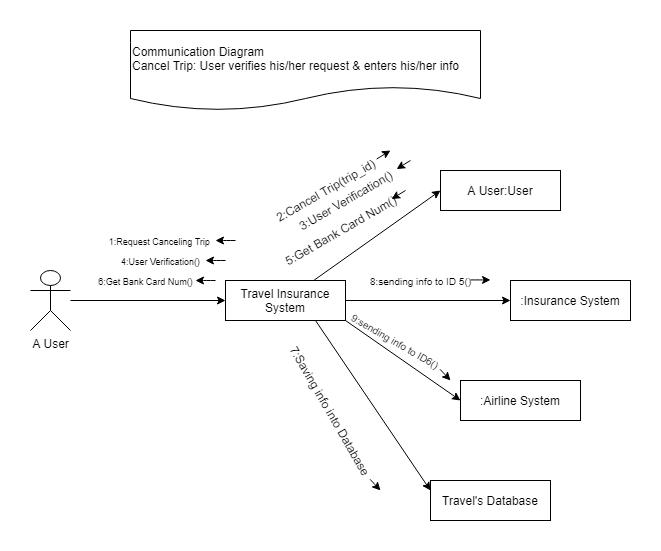
Above: Lab-07 (Sequence Diagram)/Communication Diagram/Communication-CancelTrip.png in travel-insurance-worker/SE1-Project-material (draw.io), before the change. Source tidied: cells renumbered, new cells last; positions are measured from the earlier drawing's top-left corner, leaving out a move shared by most shapes. Its diagram source:
```xml
<mxGraphModel>
  <root>
    <mxCell id="0" />
    <mxCell id="1" parent="0" />
    <mxCell id="2" value="Communication Diagram&lt;br&gt;Cancel Trip: User verifies his/her request &amp;amp; enters his/her info&amp;nbsp;" style="shape=document;whiteSpace=wrap;html=1;boundedLbl=1;align=left;" parent="1" vertex="1">
      <mxGeometry x="100" width="350" height="80" as="geometry" />
    </mxCell>
    <mxCell id="3" value=":Airline System" style="rounded=0;whiteSpace=wrap;html=1;" parent="1" vertex="1">
      <mxGeometry x="430" y="350" width="120" height="40" as="geometry" />
    </mxCell>
    <mxCell id="4" value=":Insurance System" style="rounded=0;whiteSpace=wrap;html=1;" parent="1" vertex="1">
      <mxGeometry x="480" y="250" width="120" height="40" as="geometry" />
    </mxCell>
    <mxCell id="5" style="rounded=0;jettySize=auto;html=1;entryX=0;entryY=0.5;entryDx=0;entryDy=0;" parent="1" edge="1" source="9" target="10">
      <mxGeometry relative="1" as="geometry" />
    </mxCell>
    <mxCell id="6" style="edgeStyle=none;rounded=0;jettySize=auto;html=1;entryX=0;entryY=0.5;entryDx=0;entryDy=0;" parent="1" edge="1" source="9" target="4">
      <mxGeometry relative="1" as="geometry" />
    </mxCell>
    <mxCell id="7" style="edgeStyle=none;rounded=0;jettySize=auto;html=1;exitX=1;exitY=1;exitDx=0;exitDy=0;entryX=0;entryY=0.5;entryDx=0;entryDy=0;" parent="1" edge="1" source="9" target="3">
      <mxGeometry relative="1" as="geometry" />
    </mxCell>
    <mxCell id="8" style="edgeStyle=none;rounded=0;jettySize=auto;html=1;exitX=0.75;exitY=1;exitDx=0;exitDy=0;entryX=0;entryY=0.25;entryDx=0;entryDy=0;" parent="1" edge="1" source="9" target="25">
      <mxGeometry relative="1" as="geometry" />
    </mxCell>
    <mxCell id="9" value="Travel Insurance System" style="rounded=0;whiteSpace=wrap;html=1;" parent="1" vertex="1">
      <mxGeometry x="195" y="250" width="120" height="40" as="geometry" />
    </mxCell>
    <mxCell id="10" value="A User:User" style="rounded=0;whiteSpace=wrap;html=1;" parent="1" vertex="1">
      <mxGeometry x="410" y="140" width="120" height="40" as="geometry" />
    </mxCell>
    <mxCell id="11" style="edgeStyle=none;rounded=0;jettySize=auto;html=1;entryX=0;entryY=0.5;entryDx=0;entryDy=0;" parent="1" edge="1" source="12" target="9">
      <mxGeometry relative="1" as="geometry" />
    </mxCell>
    <mxCell id="12" value="A User" style="shape=umlActor;verticalLabelPosition=bottom;labelBackgroundColor=#ffffff;verticalAlign=top;html=1;outlineConnect=0;" parent="1" vertex="1">
      <mxGeometry y="240" width="40" height="60" as="geometry" />
    </mxCell>
    <mxCell id="13" value="&lt;font style=&quot;font-size: 9px&quot;&gt;1:Request Canceling Trip&amp;nbsp;&lt;/font&gt;" style="text;html=1;align=center;verticalAlign=middle;" parent="1" vertex="1">
      <mxGeometry x="70" y="200" width="120" height="20" as="geometry" />
    </mxCell>
    <mxCell id="14" value="&lt;span style=&quot;color: rgba(0 , 0 , 0 , 0) ; font-family: monospace ; font-size: 0px&quot;&gt;%3CmxGraphModel%3E%3Croot%3E%3CmxCell%20id%3D%220%22%2F%3E%3CmxCell%20id%3D%221%22%20parent%3D%220%22%2F%3E%3CmxCell%20id%3D%222%22%20value%3D%22%22%20style%3D%22endArrow%3Dclassic%3Bhtml%3D1%3B%22%20edge%3D%221%22%20parent%3D%221%22%3E%3CmxGeometry%20width%3D%2250%22%20height%3D%2250%22%20relative%3D%221%22%20as%3D%22geometry%22%3E%3CmxPoint%20x%3D%22370%22%20y%3D%22120%22%20as%3D%22sourcePoint%22%2F%3E%3CmxPoint%20x%3D%22330%22%20y%3D%22120%22%20as%3D%22targetPoint%22%2F%3E%3CArray%20as%3D%22points%22%3E%3CmxPoint%20x%3D%22370%22%20y%3D%22120%22%2F%3E%3C%2FArray%3E%3C%2FmxGeometry%3E%3C%2FmxCell%3E%3C%2Froot%3E%3C%2FmxGraphModel%3E&lt;/span&gt;2:Cancel Trip(trip_id)" style="text;html=1;align=center;verticalAlign=middle;rotation=-30;" parent="1" vertex="1">
      <mxGeometry x="230" y="150" width="130" height="20" as="geometry" />
    </mxCell>
    <mxCell id="15" value="3:User Verification()" style="text;html=1;align=center;verticalAlign=middle;points=[];rotation=-30;" parent="1" vertex="1">
      <mxGeometry x="255" y="160" width="120" height="20" as="geometry" />
    </mxCell>
    <mxCell id="16" style="endArrow=classic;html=1;" parent="1" edge="1">
      <mxGeometry relative="1" as="geometry">
        <mxPoint x="195" y="230" as="sourcePoint" />
        <mxPoint x="175" y="230" as="targetPoint" />
        <Array as="points">
          <mxPoint x="185" y="230" />
        </Array>
      </mxGeometry>
    </mxCell>
    <mxCell id="17" style="endArrow=classic;html=1;" parent="1" edge="1" target="15">
      <mxGeometry relative="1" as="geometry">
        <mxPoint x="380" y="130" as="sourcePoint" />
      </mxGeometry>
    </mxCell>
    <mxCell id="18" style="endArrow=classic;html=1;" parent="1" edge="1">
      <mxGeometry relative="1" as="geometry">
        <mxPoint x="346.1" y="128.5" as="sourcePoint" />
        <mxPoint x="360" y="120" as="targetPoint" />
      </mxGeometry>
    </mxCell>
    <mxCell id="19" value="&lt;font style=&quot;font-size: 9px&quot;&gt;4:User Verification()&lt;/font&gt;" style="text;html=1;align=center;verticalAlign=middle;" parent="1" vertex="1">
      <mxGeometry x="85" y="220" width="90" height="20" as="geometry" />
    </mxCell>
    <mxCell id="20" style="endArrow=classic;html=1;" parent="1" edge="1">
      <mxGeometry relative="1" as="geometry">
        <mxPoint x="205" y="210" as="sourcePoint" />
        <mxPoint x="185" y="210" as="targetPoint" />
        <Array as="points">
          <mxPoint x="195" y="210" />
        </Array>
      </mxGeometry>
    </mxCell>
    <mxCell id="21" value="5:Get Bank Card Num()" style="text;html=1;align=center;verticalAlign=middle;rotation=-30;" parent="1" vertex="1">
      <mxGeometry x="240" y="190" width="140" height="20" as="geometry" />
    </mxCell>
    <mxCell id="22" style="endArrow=classic;html=1;" parent="1" edge="1">
      <mxGeometry relative="1" as="geometry">
        <mxPoint x="375" y="160" as="sourcePoint" />
        <mxPoint x="361.1" y="168.5" as="targetPoint" />
      </mxGeometry>
    </mxCell>
    <mxCell id="23" value="&lt;font style=&quot;font-size: 9px&quot;&gt;6:Get Bank Card Num()&lt;/font&gt;" style="text;html=1;align=center;verticalAlign=middle;" parent="1" vertex="1">
      <mxGeometry x="60" y="240" width="110" height="20" as="geometry" />
    </mxCell>
    <mxCell id="24" style="endArrow=classic;html=1;" parent="1" edge="1">
      <mxGeometry relative="1" as="geometry">
        <mxPoint x="185" y="250" as="sourcePoint" />
        <mxPoint x="165" y="250" as="targetPoint" />
        <Array as="points">
          <mxPoint x="175" y="250" />
        </Array>
      </mxGeometry>
    </mxCell>
    <mxCell id="25" value="Travel's Database" style="rounded=0;whiteSpace=wrap;html=1;" parent="1" vertex="1">
      <mxGeometry x="400" y="450" width="120" height="40" as="geometry" />
    </mxCell>
    <mxCell id="26" value="7:Saving info into Database" style="text;html=1;align=center;verticalAlign=middle;points=[];rotation=60;" parent="1" vertex="1">
      <mxGeometry x="220" y="370" width="160" height="20" as="geometry" />
    </mxCell>
    <mxCell id="27" style="endArrow=classic;html=1;entryX=0.996;entryY=0.508;entryDx=0;entryDy=0;entryPerimeter=0;exitX=0.996;exitY=0.508;exitDx=0;exitDy=0;exitPerimeter=0;" parent="1" edge="1" source="26">
      <mxGeometry relative="1" as="geometry">
        <mxPoint x="350" y="460" as="targetPoint" />
        <Array as="points">
          <mxPoint x="350" y="460" />
        </Array>
      </mxGeometry>
    </mxCell>
    <mxCell id="28" value="&lt;font style=&quot;font-size: 10px&quot;&gt;8:sending info to ID 5()&lt;/font&gt;" style="text;html=1;align=center;verticalAlign=middle;rotation=0;" parent="1" vertex="1">
      <mxGeometry x="330" y="240" width="120" height="20" as="geometry" />
    </mxCell>
    <mxCell id="29" style="endArrow=classic;html=1;" parent="1" edge="1">
      <mxGeometry relative="1" as="geometry">
        <mxPoint x="440" y="249.4" as="sourcePoint" />
        <mxPoint x="460" y="249.4" as="targetPoint" />
        <Array as="points">
          <mxPoint x="450" y="249.4" />
        </Array>
      </mxGeometry>
    </mxCell>
    <mxCell id="30" value="&lt;font style=&quot;font-size: 10px&quot;&gt;9:sending info to ID6()&lt;/font&gt;" style="text;html=1;align=center;verticalAlign=middle;rotation=30;" parent="1" vertex="1">
      <mxGeometry x="310" y="300" width="110" height="20" as="geometry" />
    </mxCell>
    <mxCell id="31" style="endArrow=classic;html=1;entryX=0.996;entryY=0.508;entryDx=0;entryDy=0;entryPerimeter=0;exitX=0.996;exitY=0.508;exitDx=0;exitDy=0;exitPerimeter=0;" parent="1" edge="1">
      <mxGeometry relative="1" as="geometry">
        <mxPoint x="409.5" y="338.8" as="sourcePoint" />
        <mxPoint x="420" y="350" as="targetPoint" />
        <Array as="points">
          <mxPoint x="420" y="350" />
        </Array>
      </mxGeometry>
    </mxCell>
  </root>
</mxGraphModel>
```
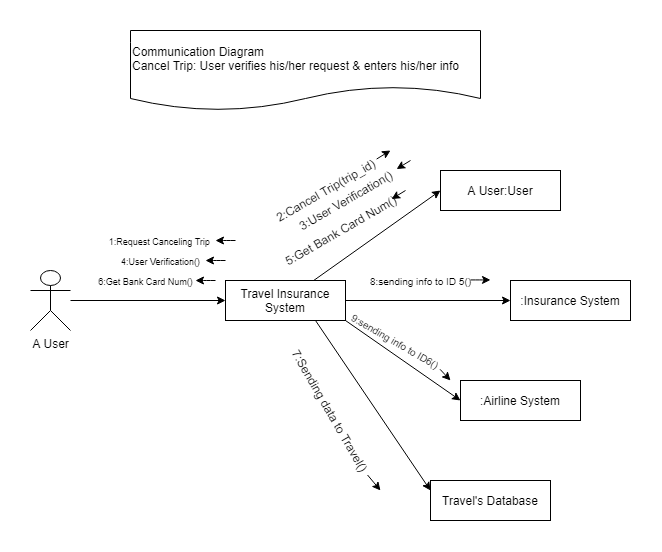
After the commit.

Commit message:
Update Communication diagram

The edit, as a diff of the source:
```diff
@@ -100,8 +100,8 @@
     <mxCell id="25" value="Travel's Database" style="rounded=0;whiteSpace=wrap;html=1;" parent="1" vertex="1">
       <mxGeometry x="400" y="450" width="120" height="40" as="geometry" />
     </mxCell>
-    <mxCell id="26" value="7:Saving info into Database" style="text;html=1;align=center;verticalAlign=middle;points=[];rotation=60;" parent="1" vertex="1">
-      <mxGeometry x="220" y="370" width="160" height="20" as="geometry" />
+    <mxCell id="26" value="7:Sending data to Travel()" style="text;html=1;align=center;verticalAlign=middle;points=[];rotation=60;" parent="1" vertex="1">
+      <mxGeometry x="225" y="370" width="150" height="20" as="geometry" />
     </mxCell>
     <mxCell id="27" style="endArrow=classic;html=1;entryX=0.996;entryY=0.508;entryDx=0;entryDy=0;entryPerimeter=0;exitX=0.996;exitY=0.508;exitDx=0;exitDy=0;exitPerimeter=0;" parent="1" edge="1" source="26">
       <mxGeometry relative="1" as="geometry">
```
